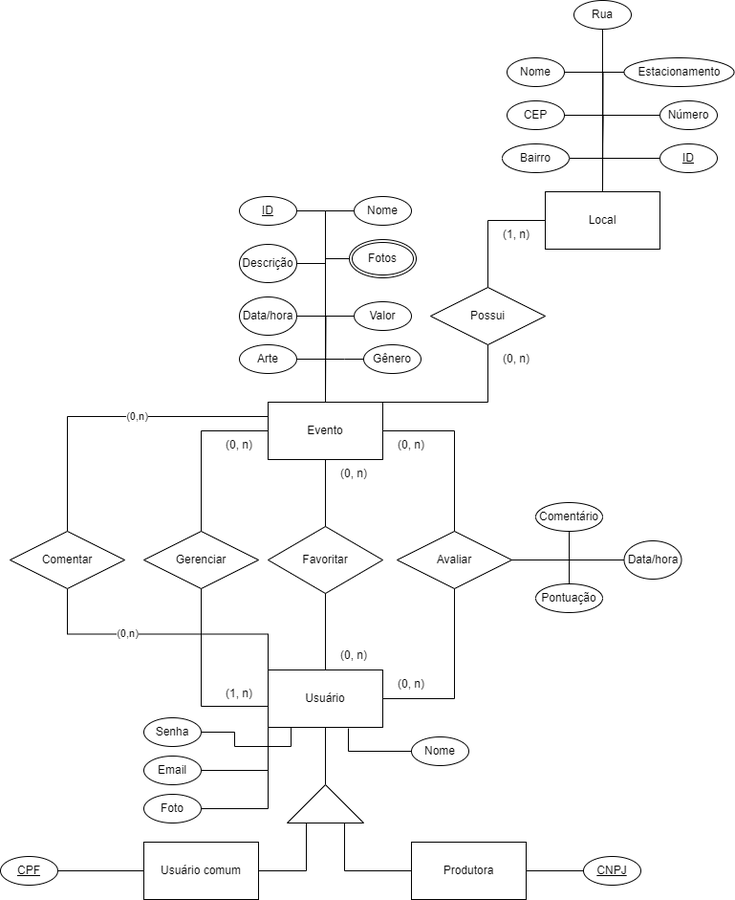
Above: doc/der/Diagrama_ER_Vumbora.png in gigigabytes/vumbora_ (draw.io), before the change. Source tidied: cells renumbered, new cells last; positions are measured from the earlier drawing's top-left corner, leaving out a move shared by most shapes.
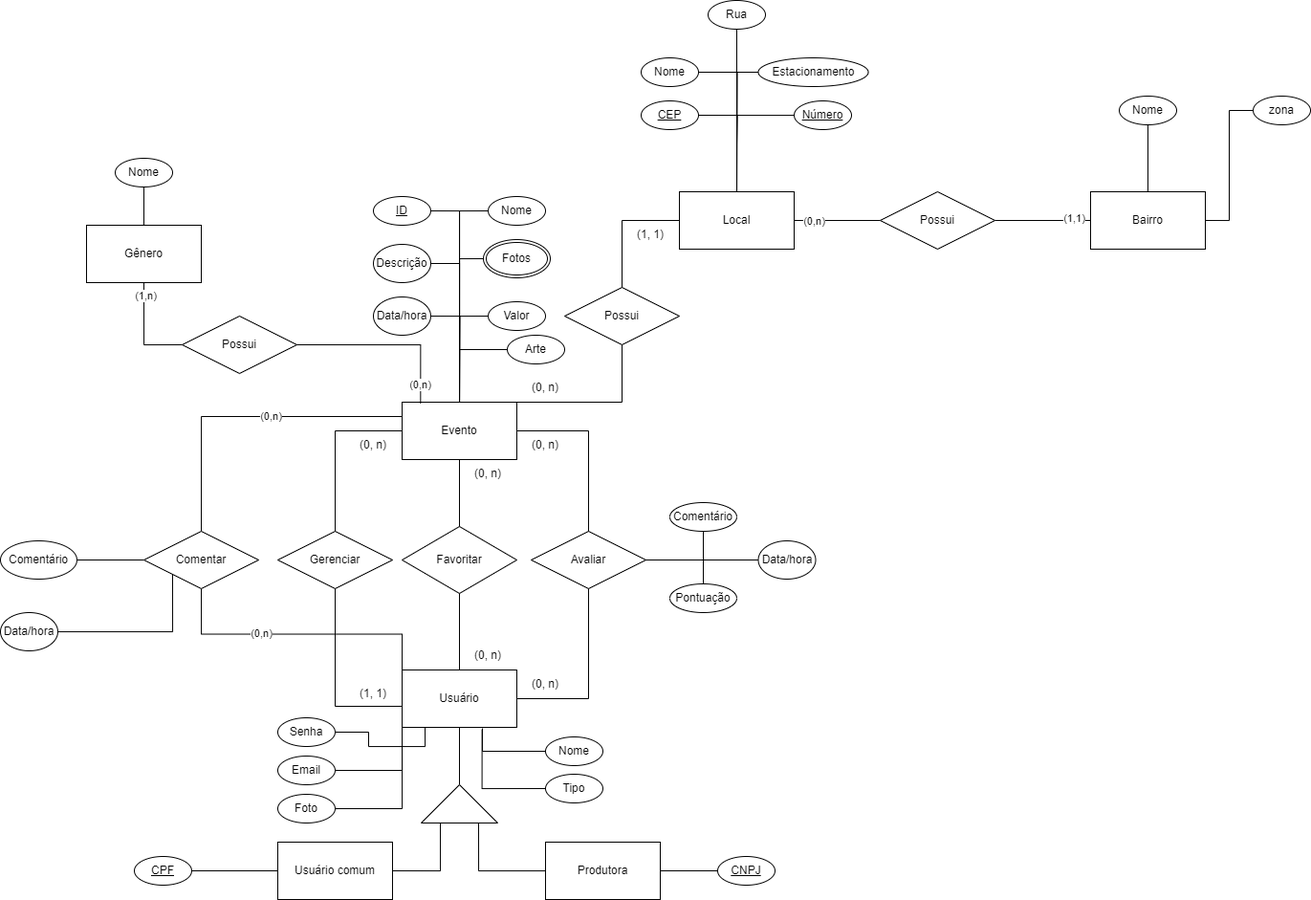
The same file after the commit.

Commit message:
atualizaçao do modelo ER

What changed in the source:
```diff
@@ -47,7 +47,7 @@
     <mxCell id="14" value="(0,n)" style="edgeLabel;html=1;align=center;verticalAlign=middle;" parent="13" vertex="1">
       <mxGeometry x="0.28" y="-1" relative="1" as="geometry" />
     </mxCell>
-    <mxCell id="15" value="(1, n)" style="text;html=1;strokeColor=none;fillColor=none;align=center;verticalAlign=middle;whiteSpace=wrap;rounded=0;" parent="1" vertex="1">
+    <mxCell id="15" value="(1, 1)" style="text;html=1;strokeColor=none;fillColor=none;align=center;verticalAlign=middle;whiteSpace=wrap;rounded=0;" parent="1" vertex="1">
       <mxGeometry x="220" y="710" width="60" height="30" as="geometry" />
     </mxCell>
     <mxCell id="16" style="endArrow=none;html=1;rounded=0;exitX=0.5;exitY=0;exitDx=0;exitDy=0;entryX=1;entryY=0;entryDx=0;entryDy=0;" parent="1" edge="1" source="11">
@@ -132,9 +132,9 @@
       </mxGeometry>
     </mxCell>
     <mxCell id="36" value="(0, n)" style="text;html=1;strokeColor=none;fillColor=none;align=center;verticalAlign=middle;whiteSpace=wrap;rounded=0;" parent="1" vertex="1">
-      <mxGeometry x="510" y="360" width="60" height="30" as="geometry" />
+      <mxGeometry x="400" y="390" width="60" height="30" as="geometry" />
     </mxCell>
-    <mxCell id="37" value="(1, n)" style="text;html=1;strokeColor=none;fillColor=none;align=center;verticalAlign=middle;whiteSpace=wrap;rounded=0;" parent="1" vertex="1">
+    <mxCell id="37" value="(1, 1)" style="text;html=1;strokeColor=none;fillColor=none;align=center;verticalAlign=middle;whiteSpace=wrap;rounded=0;" parent="1" vertex="1">
       <mxGeometry x="510" y="230" width="60" height="30" as="geometry" />
     </mxCell>
     <mxCell id="38" value="Comentário" style="ellipse;whiteSpace=wrap;html=1;" parent="1" vertex="1">
@@ -161,14 +161,6 @@
     <mxCell id="43" value="&lt;u&gt;CNPJ&lt;/u&gt;" style="ellipse;whiteSpace=wrap;html=1;" parent="1" vertex="1">
       <mxGeometry x="610" y="895" width="60" height="30" as="geometry" />
     </mxCell>
-    <mxCell id="44" style="edgeStyle=orthogonalEdgeStyle;shape=connector;rounded=0;jettySize=auto;html=1;labelBackgroundColor=default;strokeColor=default;align=center;verticalAlign=middle;fontFamily=Helvetica;fontSize=11;fontColor=default;endArrow=none;endFill=0;" parent="1" edge="1" source="45">
-      <mxGeometry relative="1" as="geometry">
-        <mxPoint x="340" y="375" as="targetPoint" />
-      </mxGeometry>
-    </mxCell>
-    <mxCell id="45" value="Gênero" style="ellipse;whiteSpace=wrap;html=1;" parent="1" vertex="1">
-      <mxGeometry x="380" y="360" width="60" height="30" as="geometry" />
-    </mxCell>
     <mxCell id="46" style="edgeStyle=orthogonalEdgeStyle;shape=connector;rounded=0;jettySize=auto;html=1;exitX=1;exitY=0.5;exitDx=0;exitDy=0;labelBackgroundColor=default;strokeColor=default;align=center;verticalAlign=middle;fontFamily=Helvetica;fontSize=11;fontColor=default;endArrow=none;endFill=0;" parent="1" edge="1" source="47" target="8">
       <mxGeometry relative="1" as="geometry" />
     </mxCell>
@@ -213,24 +205,18 @@
     <mxCell id="59" value="Rua" style="ellipse;whiteSpace=wrap;html=1;" parent="1" vertex="1">
       <mxGeometry x="600" width="60" height="30" as="geometry" />
     </mxCell>
-    <mxCell id="60" style="edgeStyle=orthogonalEdgeStyle;shape=connector;rounded=0;jettySize=auto;html=1;exitX=1;exitY=0.5;exitDx=0;exitDy=0;entryX=0.5;entryY=0;entryDx=0;entryDy=0;labelBackgroundColor=default;strokeColor=default;align=center;verticalAlign=middle;fontFamily=Helvetica;fontSize=11;fontColor=default;endArrow=none;endFill=0;" parent="1" edge="1" source="61" target="33">
-      <mxGeometry relative="1" as="geometry" />
-    </mxCell>
+    <mxCell id="84" style="edgeStyle=orthogonalEdgeStyle;rounded=0;jettySize=auto;html=1;entryX=1;entryY=0.5;entryDx=0;entryDy=0;endArrow=none;endFill=0;" parent="1" edge="1" source="61" target="63">
+      <mxGeometry relative="1" as="geometry" />
+    </mxCell>
-    <mxCell id="61" value="CEP" style="ellipse;whiteSpace=wrap;html=1;" parent="1" vertex="1">
-      <mxGeometry x="530" y="105" width="60" height="30" as="geometry" />
+    <mxCell id="61" value="zona" style="ellipse;whiteSpace=wrap;html=1;" parent="1" vertex="1">
+      <mxGeometry x="1170" y="100" width="60" height="30" as="geometry" />
     </mxCell>
-    <mxCell id="62" style="edgeStyle=orthogonalEdgeStyle;rounded=0;jettySize=auto;html=1;exitX=1;exitY=0.5;exitDx=0;exitDy=0;entryX=0.5;entryY=0;entryDx=0;entryDy=0;endArrow=none;endFill=0;" parent="1" edge="1" source="63" target="33">
-      <mxGeometry relative="1" as="geometry" />
-    </mxCell>
-    <mxCell id="63" value="Bairro" style="ellipse;whiteSpace=wrap;html=1;" parent="1" vertex="1">
-      <mxGeometry x="525" y="150" width="70" height="30" as="geometry" />
-    </mxCell>
     <mxCell id="64" style="edgeStyle=orthogonalEdgeStyle;shape=connector;rounded=0;jettySize=auto;html=1;labelBackgroundColor=default;strokeColor=default;align=center;verticalAlign=middle;fontFamily=Helvetica;fontSize=11;fontColor=default;endArrow=none;endFill=0;" parent="1" edge="1" source="65">
       <mxGeometry relative="1" as="geometry">
         <mxPoint x="630" y="150" as="targetPoint" />
       </mxGeometry>
     </mxCell>
-    <mxCell id="65" value="Número" style="ellipse;whiteSpace=wrap;html=1;" parent="1" vertex="1">
+    <mxCell id="65" value="&lt;u&gt;Número&lt;/u&gt;" style="ellipse;whiteSpace=wrap;html=1;" parent="1" vertex="1">
       <mxGeometry x="690" y="105" width="60" height="30" as="geometry" />
     </mxCell>
     <mxCell id="66" style="edgeStyle=orthogonalEdgeStyle;shape=connector;rounded=0;jettySize=auto;html=1;exitX=0;exitY=0.5;exitDx=0;exitDy=0;entryX=0.5;entryY=0;entryDx=0;entryDy=0;labelBackgroundColor=default;strokeColor=default;align=center;verticalAlign=middle;fontFamily=Helvetica;fontSize=11;fontColor=default;endArrow=none;endFill=0;" parent="1" edge="1" source="67" target="33">
@@ -265,20 +251,14 @@
     <mxCell id="75" style="edgeStyle=orthogonalEdgeStyle;shape=connector;rounded=0;jettySize=auto;html=1;exitX=0;exitY=0.5;exitDx=0;exitDy=0;entryX=0.7;entryY=1.017;entryDx=0;entryDy=0;entryPerimeter=0;labelBackgroundColor=default;strokeColor=default;align=center;verticalAlign=middle;fontFamily=Helvetica;fontSize=11;fontColor=default;endArrow=none;endFill=0;" parent="1" edge="1" source="28" target="3">
       <mxGeometry relative="1" as="geometry" />
     </mxCell>
-    <mxCell id="76" style="edgeStyle=orthogonalEdgeStyle;shape=connector;rounded=0;jettySize=auto;html=1;exitX=0;exitY=0.5;exitDx=0;exitDy=0;entryX=0.5;entryY=0;entryDx=0;entryDy=0;labelBackgroundColor=default;strokeColor=default;align=center;verticalAlign=middle;fontFamily=Helvetica;fontSize=11;fontColor=default;endArrow=none;endFill=0;" parent="1" edge="1" source="77" target="33">
-      <mxGeometry relative="1" as="geometry" />
-    </mxCell>
-    <mxCell id="77" value="&lt;u&gt;ID&lt;/u&gt;" style="ellipse;whiteSpace=wrap;html=1;" parent="1" vertex="1">
-      <mxGeometry x="690" y="150" width="60" height="30" as="geometry" />
-    </mxCell>
     <mxCell id="78" style="edgeStyle=orthogonalEdgeStyle;shape=connector;rounded=0;jettySize=auto;html=1;entryX=0.2;entryY=1;entryDx=0;entryDy=0;entryPerimeter=0;labelBackgroundColor=default;strokeColor=default;align=center;verticalAlign=middle;fontFamily=Helvetica;fontSize=11;fontColor=default;endArrow=none;endFill=0;" parent="1" edge="1" source="29" target="3">
       <mxGeometry relative="1" as="geometry" />
     </mxCell>
-    <mxCell id="79" style="edgeStyle=orthogonalEdgeStyle;shape=connector;rounded=0;jettySize=auto;html=1;exitX=1;exitY=0.5;exitDx=0;exitDy=0;labelBackgroundColor=default;strokeColor=default;align=center;verticalAlign=middle;fontFamily=Helvetica;fontSize=11;fontColor=default;endArrow=none;endFill=0;" parent="1" edge="1" source="80" target="8">
+    <mxCell id="79" style="edgeStyle=orthogonalEdgeStyle;rounded=0;jettySize=auto;html=1;exitX=0;exitY=0.5;exitDx=0;exitDy=0;endArrow=none;endFill=0;" parent="1" edge="1" source="80" target="8">
       <mxGeometry relative="1" as="geometry" />
     </mxCell>
     <mxCell id="80" value="Arte" style="ellipse;whiteSpace=wrap;html=1;" parent="1" vertex="1">
-      <mxGeometry x="250" y="360" width="60" height="30" as="geometry" />
+      <mxGeometry x="390" y="350" width="60" height="30" as="geometry" />
     </mxCell>
     <mxCell id="81" style="edgeStyle=orthogonalEdgeStyle;shape=connector;rounded=0;jettySize=auto;html=1;exitX=0;exitY=0.5;exitDx=0;exitDy=0;entryX=1;entryY=0.5;entryDx=0;entryDy=0;labelBackgroundColor=default;strokeColor=default;align=center;verticalAlign=middle;fontFamily=Helvetica;fontSize=11;fontColor=default;endArrow=none;endFill=0;" parent="1" edge="1" source="82" target="17">
       <mxGeometry relative="1" as="geometry" />
@@ -286,8 +266,84 @@
     <mxCell id="82" value="Data/hora" style="ellipse;whiteSpace=wrap;html=1;" parent="1" vertex="1">
       <mxGeometry x="652.5" y="565" width="60" height="40" as="geometry" />
     </mxCell>
+    <mxCell id="85" style="edgeStyle=orthogonalEdgeStyle;rounded=0;jettySize=auto;html=1;exitX=0;exitY=0.5;exitDx=0;exitDy=0;endArrow=none;endFill=0;" parent="1" edge="1" source="83" target="86">
+      <mxGeometry relative="1" as="geometry" />
+    </mxCell>
     <mxCell id="83" value="Comentar" style="shape=rhombus;perimeter=rhombusPerimeter;whiteSpace=wrap;html=1;align=center;" parent="1" vertex="1">
       <mxGeometry x="10" y="555" width="120" height="60" as="geometry" />
     </mxCell>
+    <mxCell id="86" value="Comentário" style="ellipse;whiteSpace=wrap;html=1;" parent="1" vertex="1">
+      <mxGeometry x="-140" y="565" width="80" height="40" as="geometry" />
+    </mxCell>
+    <mxCell id="87" value="Tipo" style="ellipse;whiteSpace=wrap;html=1;" parent="1" vertex="1">
+      <mxGeometry x="430" y="809" width="60" height="30" as="geometry" />
+    </mxCell>
+    <mxCell id="88" style="edgeStyle=orthogonalEdgeStyle;shape=connector;rounded=0;jettySize=auto;html=1;exitX=0;exitY=0.5;exitDx=0;exitDy=0;entryX=0.697;entryY=1.04;entryDx=0;entryDy=0;entryPerimeter=0;labelBackgroundColor=default;strokeColor=default;align=center;verticalAlign=middle;fontFamily=Helvetica;fontSize=11;fontColor=default;endArrow=none;endFill=0;" parent="1" edge="1" source="87" target="3">
+      <mxGeometry relative="1" as="geometry" />
+    </mxCell>
+    <mxCell id="63" value="Bairro" style="whiteSpace=wrap;html=1;" parent="1" vertex="1">
+      <mxGeometry x="1000" y="200" width="120" height="60" as="geometry" />
+    </mxCell>
+    <mxCell id="89" style="edgeStyle=orthogonalEdgeStyle;rounded=0;jettySize=auto;html=1;entryX=0;entryY=0.5;entryDx=0;entryDy=0;endArrow=none;endFill=0;" parent="1" edge="1" source="93" target="63">
+      <mxGeometry relative="1" as="geometry" />
+    </mxCell>
+    <mxCell id="90" value="(1,1)" style="edgeLabel;html=1;align=center;verticalAlign=middle;" parent="89" vertex="1">
+      <mxGeometry x="0.62" y="3" relative="1" as="geometry">
+        <mxPoint x="1" as="offset" />
+      </mxGeometry>
+    </mxCell>
+    <mxCell id="91" style="edgeStyle=orthogonalEdgeStyle;rounded=0;jettySize=auto;html=1;exitX=0;exitY=0.5;exitDx=0;exitDy=0;entryX=1;entryY=0.5;entryDx=0;entryDy=0;endArrow=none;endFill=0;" parent="1" edge="1" source="93" target="33">
+      <mxGeometry relative="1" as="geometry" />
+    </mxCell>
+    <mxCell id="92" value="(0,n)" style="edgeLabel;html=1;align=center;verticalAlign=middle;" parent="91" vertex="1">
+      <mxGeometry x="0.56" relative="1" as="geometry">
+        <mxPoint x="1" as="offset" />
+      </mxGeometry>
+    </mxCell>
+    <mxCell id="93" value="Possui" style="shape=rhombus;perimeter=rhombusPerimeter;whiteSpace=wrap;html=1;align=center;" parent="1" vertex="1">
+      <mxGeometry x="780" y="200" width="120" height="60" as="geometry" />
+    </mxCell>
+    <mxCell id="94" style="edgeStyle=orthogonalEdgeStyle;rounded=0;jettySize=auto;html=1;endArrow=none;endFill=0;" parent="1" edge="1" source="95" target="63">
+      <mxGeometry relative="1" as="geometry" />
+    </mxCell>
+    <mxCell id="95" value="Nome" style="ellipse;whiteSpace=wrap;html=1;" parent="1" vertex="1">
+      <mxGeometry x="1030" y="100" width="60" height="30" as="geometry" />
+    </mxCell>
+    <mxCell id="96" style="edgeStyle=orthogonalEdgeStyle;shape=connector;rounded=0;jettySize=auto;html=1;exitX=0.5;exitY=1;exitDx=0;exitDy=0;entryX=0;entryY=0.5;entryDx=0;entryDy=0;labelBackgroundColor=default;strokeColor=default;align=center;verticalAlign=middle;fontFamily=Helvetica;fontSize=11;fontColor=default;endArrow=none;endFill=0;" parent="1" edge="1" source="45" target="100">
+      <mxGeometry relative="1" as="geometry" />
+    </mxCell>
+    <mxCell id="97" value="(1,n)" style="edgeLabel;html=1;align=center;verticalAlign=middle;fontSize=11;fontFamily=Helvetica;fontColor=default;" parent="96" vertex="1">
+      <mxGeometry x="-0.75" y="1" relative="1" as="geometry" />
+    </mxCell>
+    <mxCell id="45" value="Gênero" style="rounded=0;whiteSpace=wrap;html=1;" parent="1" vertex="1">
+      <mxGeometry x="-50" y="235" width="120" height="60" as="geometry" />
+    </mxCell>
+    <mxCell id="98" style="edgeStyle=orthogonalEdgeStyle;rounded=0;jettySize=auto;html=1;endArrow=none;endFill=0;" parent="1" edge="1" source="99" target="45">
+      <mxGeometry relative="1" as="geometry" />
+    </mxCell>
+    <mxCell id="99" value="Nome" style="ellipse;whiteSpace=wrap;html=1;" parent="1" vertex="1">
+      <mxGeometry x="-20" y="165" width="60" height="30" as="geometry" />
+    </mxCell>
+    <mxCell id="100" value="Possui" style="shape=rhombus;perimeter=rhombusPerimeter;whiteSpace=wrap;html=1;align=center;" parent="1" vertex="1">
+      <mxGeometry x="50" y="330" width="120" height="60" as="geometry" />
+    </mxCell>
+    <mxCell id="101" style="edgeStyle=orthogonalEdgeStyle;shape=connector;rounded=0;jettySize=auto;html=1;exitX=1;exitY=0.5;exitDx=0;exitDy=0;entryX=0.161;entryY=0.02;entryDx=0;entryDy=0;entryPerimeter=0;labelBackgroundColor=default;strokeColor=default;align=center;verticalAlign=middle;fontFamily=Helvetica;fontSize=11;fontColor=default;endArrow=none;endFill=0;" parent="1" edge="1" source="100" target="8">
+      <mxGeometry relative="1" as="geometry" />
+    </mxCell>
+    <mxCell id="102" value="(0,n)" style="edgeLabel;html=1;align=center;verticalAlign=middle;fontSize=11;fontFamily=Helvetica;fontColor=default;" parent="101" vertex="1">
+      <mxGeometry x="0.79" y="-1" relative="1" as="geometry" />
+    </mxCell>
+    <mxCell id="103" style="edgeStyle=orthogonalEdgeStyle;rounded=0;jettySize=auto;html=1;endArrow=none;endFill=0;entryX=0;entryY=1;entryDx=0;entryDy=0;" parent="1" edge="1" source="104" target="83">
+      <mxGeometry relative="1" as="geometry" />
+    </mxCell>
+    <mxCell id="104" value="Data/hora" style="ellipse;whiteSpace=wrap;html=1;" parent="1" vertex="1">
+      <mxGeometry x="-140" y="640" width="60" height="40" as="geometry" />
+    </mxCell>
+    <mxCell id="105" style="edgeStyle=orthogonalEdgeStyle;rounded=0;jettySize=auto;html=1;exitX=1;exitY=0.5;exitDx=0;exitDy=0;endArrow=none;endFill=0;" parent="1" edge="1" source="106" target="33">
+      <mxGeometry relative="1" as="geometry" />
+    </mxCell>
+    <mxCell id="106" value="&lt;u&gt;CEP&lt;br&gt;&lt;/u&gt;" style="ellipse;whiteSpace=wrap;html=1;" parent="1" vertex="1">
+      <mxGeometry x="530" y="105" width="60" height="30" as="geometry" />
+    </mxCell>
   </root>
 </mxGraphModel>
```
